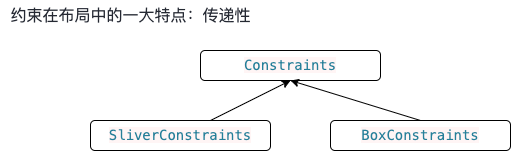
Earlier version of the draw.io export 知识点汇总/imgs/布局.drawio.png (helloDolin/dolin_demo_flutter). Source tidied: cells renumbered, new cells last; positions are measured from the earlier drawing's top-left corner, leaving out a move shared by most shapes.
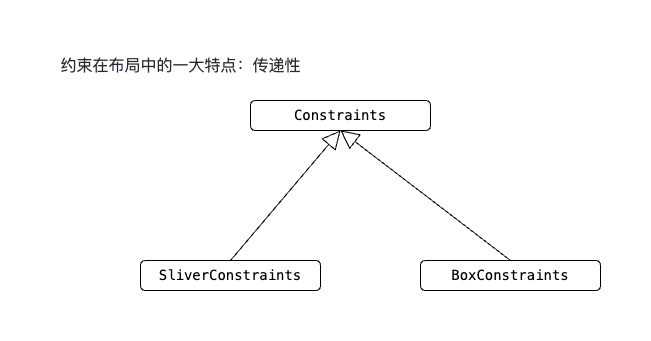
After the change.

What changed in the source:
```diff
@@ -2,23 +2,23 @@
   <root>
     <mxCell id="0" />
     <mxCell id="1" parent="0" />
-    <mxCell id="2" value="&lt;span style=&quot;font-family: Menlo, Monaco, Consolas, &amp;quot;Courier New&amp;quot;, monospace; font-size: 13.92px; text-align: start; background-color: rgb(255, 245, 245);&quot;&gt;Constraints&lt;/span&gt;" style="rounded=1;whiteSpace=wrap;html=1;fontColor=#267F99;" parent="1" vertex="1">
+    <mxCell id="2" value="&lt;span style=&quot;font-family: Menlo, Monaco, Consolas, &amp;quot;Courier New&amp;quot;, monospace; font-size: 13.92px; text-align: start;&quot;&gt;Constraints&lt;/span&gt;" style="rounded=1;whiteSpace=wrap;html=1;fontColor=default;labelBackgroundColor=default;" parent="1" vertex="1">
       <mxGeometry x="200" y="50" width="180" height="30" as="geometry" />
     </mxCell>
-    <mxCell id="3" style="edgeStyle=none;html=1;exitX=0.5;exitY=0;exitDx=0;exitDy=0;entryX=0.5;entryY=1;entryDx=0;entryDy=0;" parent="1" edge="1" source="4" target="2">
-      <mxGeometry relative="1" as="geometry" />
-    </mxCell>
-    <mxCell id="4" value="&lt;span style=&quot;font-family: Menlo, Monaco, Consolas, &amp;quot;Courier New&amp;quot;, monospace; font-size: 13.92px; text-align: start; background-color: rgb(255, 245, 245);&quot;&gt;BoxConstraints&lt;/span&gt;" style="rounded=1;whiteSpace=wrap;html=1;fontColor=#267F99;" parent="1" vertex="1">
-      <mxGeometry x="330" y="120" width="180" height="30" as="geometry" />
+    <mxCell id="4" value="&lt;span style=&quot;font-family: Menlo, Monaco, Consolas, &amp;quot;Courier New&amp;quot;, monospace; font-size: 13.92px; text-align: start;&quot;&gt;BoxConstraints&lt;/span&gt;" style="rounded=1;whiteSpace=wrap;html=1;fontColor=default;labelBackgroundColor=default;" parent="1" vertex="1">
+      <mxGeometry x="370" y="210" width="180" height="30" as="geometry" />
     </mxCell>
-    <mxCell id="5" style="edgeStyle=none;html=1;entryX=0.5;entryY=1;entryDx=0;entryDy=0;" parent="1" edge="1" source="6" target="2">
-      <mxGeometry relative="1" as="geometry" />
-    </mxCell>
-    <mxCell id="6" value="&lt;span style=&quot;font-family: Menlo, Monaco, Consolas, &amp;quot;Courier New&amp;quot;, monospace; font-size: 13.92px; text-align: start; background-color: rgb(255, 245, 245);&quot;&gt;SliverConstraints&lt;/span&gt;" style="rounded=1;whiteSpace=wrap;html=1;fontColor=#267F99;" parent="1" vertex="1">
-      <mxGeometry x="90" y="120" width="180" height="30" as="geometry" />
+    <mxCell id="6" value="&lt;span style=&quot;font-family: Menlo, Monaco, Consolas, &amp;quot;Courier New&amp;quot;, monospace; font-size: 13.92px; text-align: start;&quot;&gt;SliverConstraints&lt;/span&gt;" style="rounded=1;whiteSpace=wrap;html=1;fontColor=default;labelBackgroundColor=default;" parent="1" vertex="1">
+      <mxGeometry x="90" y="210" width="180" height="30" as="geometry" />
     </mxCell>
     <mxCell id="7" value="&lt;span style=&quot;color: rgb(37, 41, 51); font-family: -apple-system, system-ui, &amp;quot;Segoe UI&amp;quot;, Roboto, Ubuntu, Cantarell, &amp;quot;Noto Sans&amp;quot;, sans-serif, &amp;quot;system-ui&amp;quot;, &amp;quot;Helvetica Neue&amp;quot;, &amp;quot;PingFang SC&amp;quot;, &amp;quot;Hiragino Sans GB&amp;quot;, &amp;quot;Microsoft YaHei&amp;quot;, Arial; font-size: 16px; text-align: start; background-color: rgb(255, 255, 255);&quot;&gt;约束在布局中的一大特点：传递性&lt;/span&gt;" style="text;html=1;align=center;verticalAlign=middle;strokeColor=none;fillColor=none;" parent="1" vertex="1">
       <mxGeometry width="260" height="30" as="geometry" />
     </mxCell>
+    <mxCell id="5" style="endArrow=block;endSize=16;endFill=0;html=1;hachureGap=4;fontFamily=Architects Daughter;fontSource=https%3A%2F%2Ffonts.googleapis.com%2Fcss%3Ffamily%3DArchitects%2BDaughter;fontSize=16;fontColor=default;entryX=0.5;entryY=1;entryDx=0;entryDy=0;exitX=0.5;exitY=0;exitDx=0;exitDy=0;" parent="1" edge="1" source="6" target="2">
+      <mxGeometry relative="1" as="geometry" />
+    </mxCell>
+    <mxCell id="3" style="endArrow=block;endSize=16;endFill=0;html=1;hachureGap=4;fontFamily=Architects Daughter;fontSource=https%3A%2F%2Ffonts.googleapis.com%2Fcss%3Ffamily%3DArchitects%2BDaughter;fontSize=16;fontColor=default;entryX=0.5;entryY=1;entryDx=0;entryDy=0;exitX=0.5;exitY=0;exitDx=0;exitDy=0;" parent="1" edge="1" source="4" target="2">
+      <mxGeometry relative="1" as="geometry" />
+    </mxCell>
   </root>
 </mxGraphModel>
```
